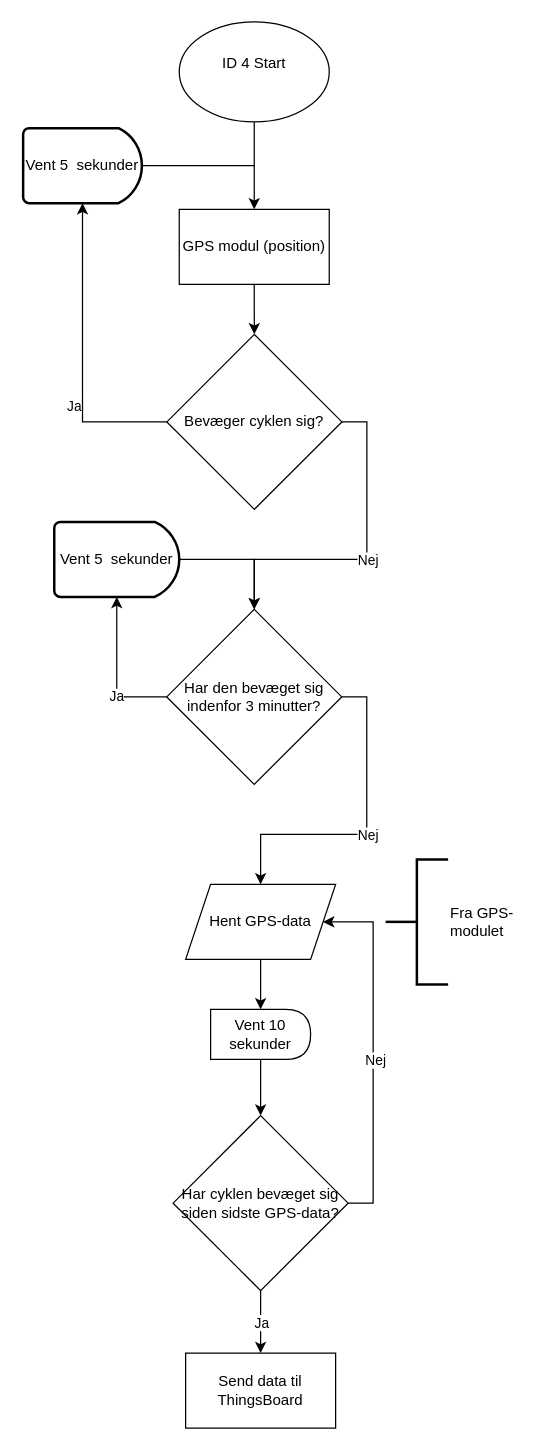
KEA-E24-B9-IOT1/E24-B9-IoT1 keeps this draw.io diagram as ID 04, P1/ID4 V1 Sporing af cykel efter 3 minutter.drawio. Above is the earlier version. Source tidied: cells renumbered, new cells numbered last; positions are measured from the earlier drawing's top-left corner, leaving out a move shared by most shapes. Both pictures are drawn from the tidied source at 125%, with x=0, y=0 at pixel (-528, 21).
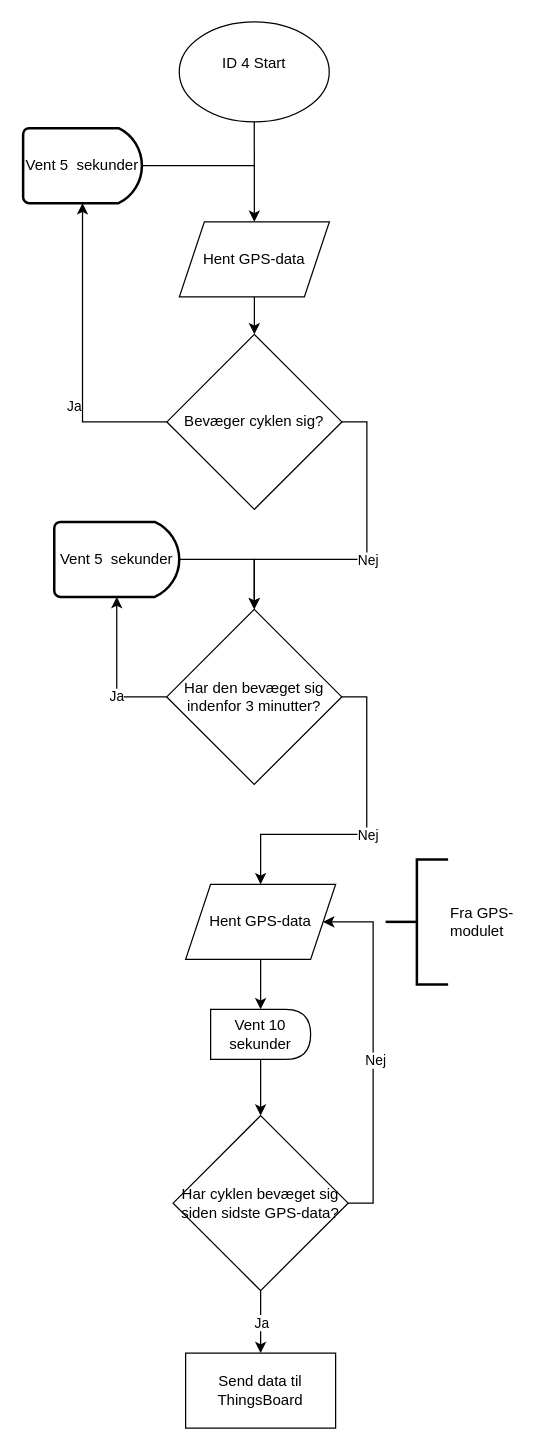
The same diagram, later.

The change refers to these unchanged cells:
```xml
<mxCell id="6" value="&lt;div&gt;ID 4 Start&lt;/div&gt;&lt;div&gt;&lt;br&gt;&lt;/div&gt;" style="ellipse;whiteSpace=wrap;html=1;" parent="1" vertex="1">
  <mxGeometry x="564.9" width="120" height="80" as="geometry" />
</mxCell>
<mxCell id="9" value="Bevæger cyklen sig?" style="rhombus;whiteSpace=wrap;html=1;" parent="1" vertex="1">
  <mxGeometry x="555" y="250" width="140" height="140" as="geometry" />
</mxCell>
```

What changed in the source:
```diff
@@
-    <mxCell id="5" style="edgeStyle=orthogonalEdgeStyle;rounded=0;jettySize=auto;html=1;entryX=0.5;entryY=0;entryDx=0;entryDy=0;" parent="1" edge="1" source="32" target="9">
+    <mxCell id="5" style="edgeStyle=orthogonalEdgeStyle;rounded=0;jettySize=auto;html=1;entryX=0.5;entryY=0;entryDx=0;entryDy=0;exitX=0.5;exitY=1;exitDx=0;exitDy=0;" parent="1" edge="1" source="34" target="9">
       <mxGeometry relative="1" as="geometry" />
     </mxCell>
@@
-    <mxCell id="31" style="edgeStyle=orthogonalEdgeStyle;rounded=0;jettySize=auto;html=1;entryX=0.5;entryY=0;entryDx=0;entryDy=0;" parent="1" edge="1" source="6" target="32">
+    <mxCell id="31" style="edgeStyle=orthogonalEdgeStyle;rounded=0;jettySize=auto;html=1;entryX=0.5;entryY=0;entryDx=0;entryDy=0;" parent="1" edge="1" source="6" target="34">
       <mxGeometry relative="1" as="geometry">
         <Array as="points">
-          <mxPoint x="625" y="115" />
-          <mxPoint x="625" y="115" />
+          <mxPoint x="625" y="160" />
         </Array>
       </mxGeometry>
     </mxCell>
-    <mxCell id="32" value="GPS modul (position)" style="rounded=0;whiteSpace=wrap;html=1;" parent="1" vertex="1">
-      <mxGeometry x="564.9" y="150" width="120" height="60" as="geometry" />
-    </mxCell>
@@
+    <mxCell id="34" value="Hent GPS-data" style="shape=parallelogram;perimeter=parallelogramPerimeter;whiteSpace=wrap;html=1;fixedSize=1;" parent="1" vertex="1">
+      <mxGeometry x="565" y="160" width="120" height="60" as="geometry" />
+    </mxCell>
```
